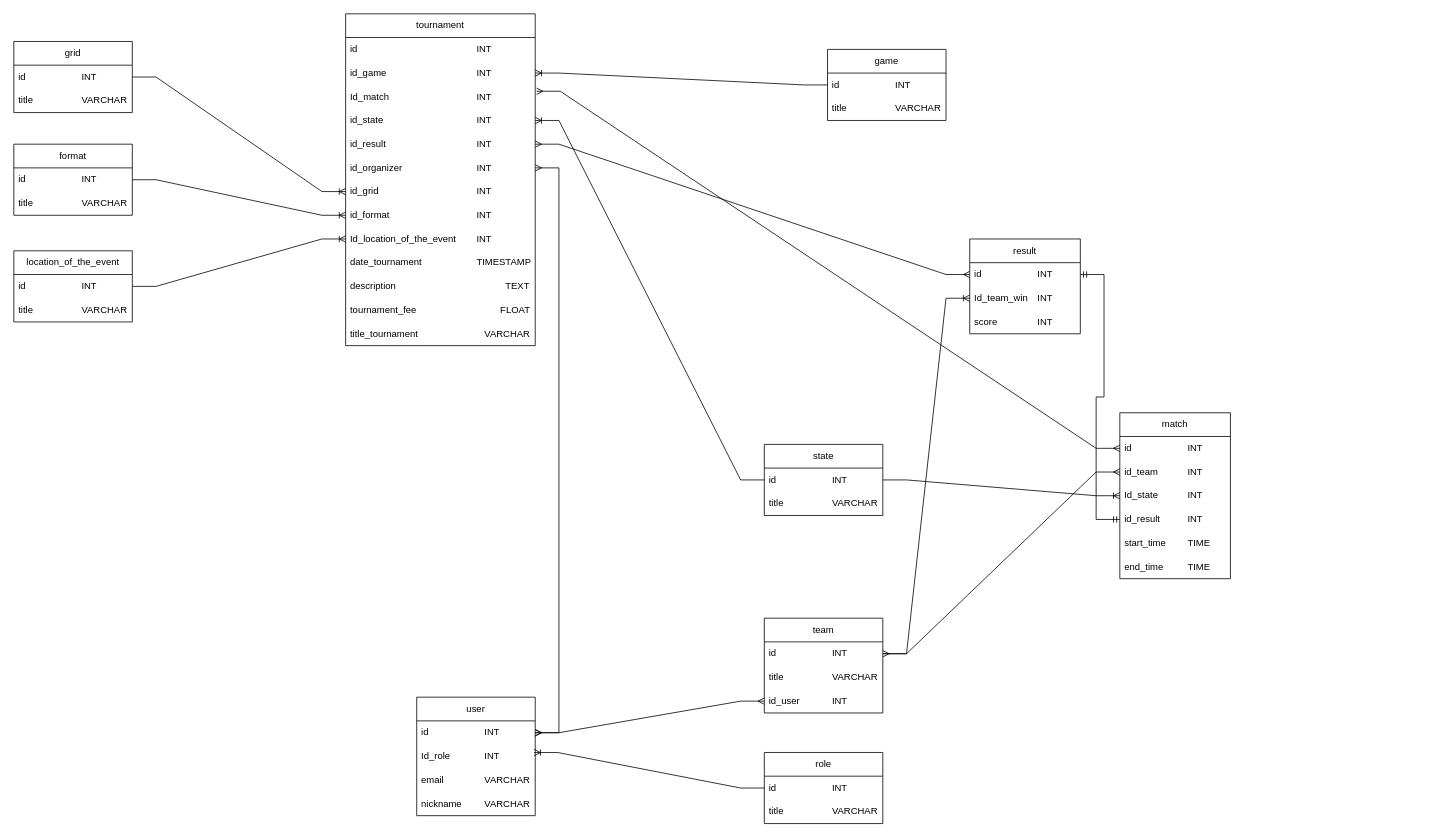
Earlier version of the draw.io diagram arhitectur_bd/architecture_db_egor.drawio (SackByGo12/tournamentDL). Source tidied: cells renumbered, new cells numbered last; positions are measured from the earlier drawing's top-left corner, leaving out a move shared by most shapes. Both pictures are drawn from the tidied source at 79%, with x=0, y=0 at pixel (13, 13).
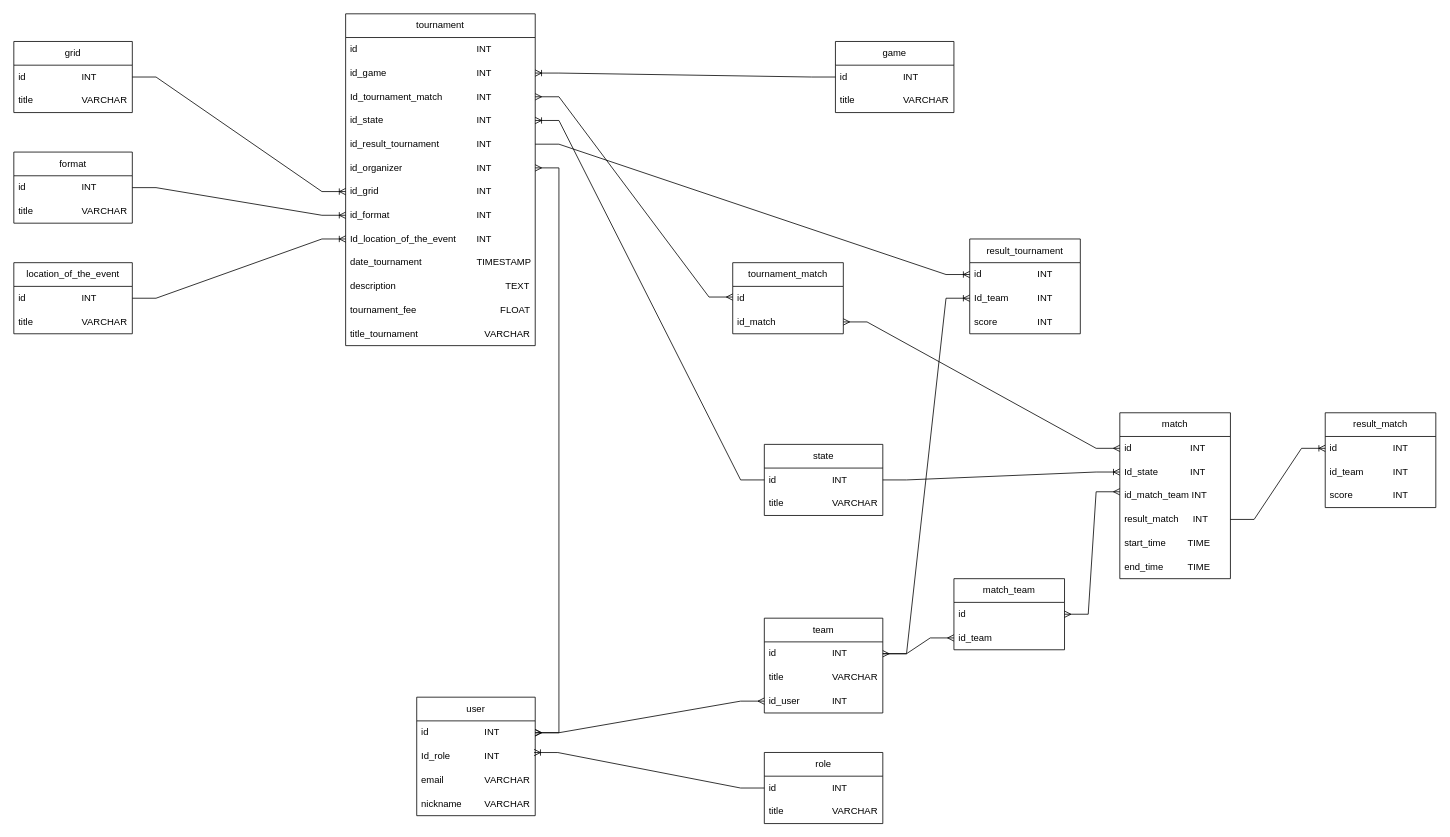
The same diagram, later.

Commit message:
кривой обновление architecture_db_tournament.drawio

The change refers to these unchanged cells:
```xml
<mxCell id="8" value="id&lt;span style=&quot;white-space: pre;&quot;&gt;&#9;&lt;/span&gt;&lt;span style=&quot;white-space: pre;&quot;&gt;&#9;&lt;/span&gt;&lt;span style=&quot;white-space: pre;&quot;&gt;&#9;&lt;/span&gt;INT" style="text;strokeColor=none;fillColor=none;align=left;verticalAlign=middle;spacingLeft=4;spacingRight=4;overflow=hidden;points=[[0,0.5],[1,0.5]];portConstraint=eastwest;whiteSpace=wrap;html=1;" parent="7" vertex="1">
  <mxGeometry y="30" width="150" height="30" as="geometry" />
</mxCell>
<mxCell id="15" value="match" style="swimlane;fontStyle=0;horizontal=1;startSize=30;whiteSpace=wrap;html=1;" parent="1" vertex="1">
  <mxGeometry x="1400" y="505" width="140" height="210" as="geometry" />
</mxCell>
<mxCell id="27" value="tournament" style="swimlane;fontStyle=0;horizontal=1;startSize=30;whiteSpace=wrap;html=1;" parent="1" vertex="1">
  <mxGeometry x="420" width="240" height="420" as="geometry" />
</mxCell>
<mxCell id="45" value="id&lt;span style=&quot;white-space: pre;&quot;&gt;&#9;&lt;/span&gt;&lt;span style=&quot;white-space: pre;&quot;&gt;&#9;&lt;/span&gt;&lt;span style=&quot;white-space: pre;&quot;&gt;&#9;&lt;/span&gt;INT" style="text;strokeColor=none;fillColor=none;align=left;verticalAlign=middle;spacingLeft=4;spacingRight=4;overflow=hidden;points=[[0,0.5],[1,0.5]];portConstraint=eastwest;whiteSpace=wrap;html=1;" parent="44" vertex="1">
  <mxGeometry y="30" width="140" height="30" as="geometry" />
</mxCell>
```

Change to the diagram source:
```diff
@@
-    <mxCell id="16" value="id&lt;span style=&quot;white-space: pre;&quot;&gt;&#9;&lt;/span&gt;&lt;span style=&quot;white-space: pre;&quot;&gt;&#9;&lt;/span&gt;&lt;span style=&quot;white-space: pre;&quot;&gt;&#9;&lt;/span&gt;INT" style="text;strokeColor=none;fillColor=none;align=left;verticalAlign=middle;spacingLeft=4;spacingRight=4;overflow=hidden;points=[[0,0.5],[1,0.5]];portConstraint=eastwest;whiteSpace=wrap;html=1;" parent="15" vertex="1">
+    <mxCell id="16" value="id&lt;span style=&quot;white-space: pre;&quot;&gt;&#9;&lt;/span&gt;&lt;span style=&quot;white-space: pre;&quot;&gt;&#9;&lt;/span&gt;&lt;span style=&quot;white-space: pre;&quot;&gt;&#9;&lt;/span&gt;&amp;nbsp;INT" style="text;strokeColor=none;fillColor=none;align=left;verticalAlign=middle;spacingLeft=4;spacingRight=4;overflow=hidden;points=[[0,0.5],[1,0.5]];portConstraint=eastwest;whiteSpace=wrap;html=1;" parent="15" vertex="1">
       <mxGeometry y="30" width="140" height="30" as="geometry" />
     </mxCell>
-    <mxCell id="17" value="id_team&lt;span style=&quot;white-space: pre;&quot;&gt;&#9;&lt;/span&gt;&lt;span style=&quot;white-space: pre;&quot;&gt;&#9;&lt;/span&gt;INT" style="text;strokeColor=none;fillColor=none;align=left;verticalAlign=middle;spacingLeft=4;spacingRight=4;overflow=hidden;points=[[0,0.5],[1,0.5]];portConstraint=eastwest;whiteSpace=wrap;html=1;" parent="15" vertex="1">
-      <mxGeometry y="60" width="140" height="30" as="geometry" />
-    </mxCell>
-    <mxCell id="18" value="Id_state&lt;span style=&quot;white-space: pre;&quot;&gt;&#9;&lt;/span&gt;&lt;span style=&quot;white-space: pre;&quot;&gt;&#9;&lt;/span&gt;INT" style="text;strokeColor=none;fillColor=none;align=left;verticalAlign=middle;spacingLeft=4;spacingRight=4;overflow=hidden;points=[[0,0.5],[1,0.5]];portConstraint=eastwest;whiteSpace=wrap;html=1;" parent="15" vertex="1">
-      <mxGeometry y="90" width="140" height="30" as="geometry" />
+    <mxCell id="18" value="Id_state&lt;span style=&quot;white-space: pre;&quot;&gt;&#9;&lt;/span&gt;&lt;span style=&quot;white-space: pre;&quot;&gt;&#9;&lt;/span&gt;&amp;nbsp;INT" style="text;strokeColor=none;fillColor=none;align=left;verticalAlign=middle;spacingLeft=4;spacingRight=4;overflow=hidden;points=[[0,0.5],[1,0.5]];portConstraint=eastwest;whiteSpace=wrap;html=1;" parent="15" vertex="1">
+      <mxGeometry y="60" width="140" height="30" as="geometry" />
     </mxCell>
+    <mxCell id="68" value="id_match_team INT" style="text;strokeColor=none;fillColor=none;align=left;verticalAlign=middle;spacingLeft=4;spacingRight=4;overflow=hidden;points=[[0,0.5],[1,0.5]];portConstraint=eastwest;whiteSpace=wrap;html=1;" parent="15" vertex="1">
+      <mxGeometry y="90" width="140" height="30" as="geometry" />
+    </mxCell>
-    <mxCell id="19" value="id_result&lt;span style=&quot;white-space: pre;&quot;&gt;&#9;&lt;/span&gt;&lt;span style=&quot;white-space: pre;&quot;&gt;&#9;&lt;/span&gt;INT" style="text;strokeColor=none;fillColor=none;align=left;verticalAlign=middle;spacingLeft=4;spacingRight=4;overflow=hidden;points=[[0,0.5],[1,0.5]];portConstraint=eastwest;whiteSpace=wrap;html=1;" parent="15" vertex="1">
+    <mxCell id="19" value="result_match&lt;span style=&quot;white-space: pre;&quot;&gt;&#9;&lt;/span&gt;&amp;nbsp; INT" style="text;strokeColor=none;fillColor=none;align=left;verticalAlign=middle;spacingLeft=4;spacingRight=4;overflow=hidden;points=[[0,0.5],[1,0.5]];portConstraint=eastwest;whiteSpace=wrap;html=1;" parent="15" vertex="1">
       <mxGeometry y="120" width="140" height="30" as="geometry" />
     </mxCell>
@@
-    <mxCell id="26" style="edgeStyle=entityRelationEdgeStyle;fontSize=12;html=1;endArrow=ERmany;startArrow=ERmany;rounded=0;exitX=0;exitY=0.5;exitDx=0;exitDy=0;entryX=1;entryY=0.5;entryDx=0;entryDy=0;" parent="1" edge="1" source="17" target="8">
+    <mxCell id="26" style="edgeStyle=entityRelationEdgeStyle;fontSize=12;html=1;endArrow=ERmany;startArrow=ERmany;rounded=0;entryX=1;entryY=0.5;entryDx=0;entryDy=0;" parent="1" edge="1" source="79" target="8">
       <mxGeometry relative="1" as="geometry" />
     </mxCell>
@@
-    <mxCell id="30" value="Id_match&lt;span style=&quot;white-space: pre;&quot;&gt;&#9;&lt;/span&gt;&lt;span style=&quot;white-space: pre;&quot;&gt;&#9;&lt;/span&gt;&lt;span style=&quot;white-space: pre;&quot;&gt;&#9;&lt;/span&gt;&lt;span style=&quot;white-space: pre;&quot;&gt;&#9;&lt;/span&gt;&amp;nbsp; &amp;nbsp;&lt;span style=&quot;white-space: pre;&quot;&gt;&#9;&lt;/span&gt;INT" style="text;strokeColor=none;fillColor=none;align=left;verticalAlign=middle;spacingLeft=4;spacingRight=4;overflow=hidden;points=[[0,0.5],[1,0.5]];portConstraint=eastwest;whiteSpace=wrap;html=1;" parent="27" vertex="1">
+    <mxCell id="30" value="Id_tournament_match&lt;span style=&quot;white-space: pre;&quot;&gt;&#9;&lt;/span&gt;&lt;span style=&quot;white-space: pre;&quot;&gt;&#9;&lt;/span&gt;INT" style="text;strokeColor=none;fillColor=none;align=left;verticalAlign=middle;spacingLeft=4;spacingRight=4;overflow=hidden;points=[[0,0.5],[1,0.5]];portConstraint=eastwest;whiteSpace=wrap;html=1;" parent="27" vertex="1">
       <mxGeometry y="90" width="240" height="30" as="geometry" />
     </mxCell>
@@
-    <mxCell id="32" value="id_result&lt;span style=&quot;white-space: pre;&quot;&gt;&#9;&lt;/span&gt;&lt;span style=&quot;white-space: pre;&quot;&gt;&#9;&lt;/span&gt;&lt;span style=&quot;white-space: pre;&quot;&gt;&#9;&lt;/span&gt;&lt;span style=&quot;white-space: pre;&quot;&gt;&#9;&lt;/span&gt;&amp;nbsp; &amp;nbsp;&lt;span style=&quot;white-space: pre;&quot;&gt;&#9;&lt;/span&gt;INT" style="text;strokeColor=none;fillColor=none;align=left;verticalAlign=middle;spacingLeft=4;spacingRight=4;overflow=hidden;points=[[0,0.5],[1,0.5]];portConstraint=eastwest;whiteSpace=wrap;html=1;" parent="27" vertex="1">
+    <mxCell id="32" value="id_result_tournament&lt;span style=&quot;white-space: pre;&quot;&gt;&#9;&lt;/span&gt;&lt;span style=&quot;white-space: pre;&quot;&gt;&#9;&lt;/span&gt;INT" style="text;strokeColor=none;fillColor=none;align=left;verticalAlign=middle;spacingLeft=4;spacingRight=4;overflow=hidden;points=[[0,0.5],[1,0.5]];portConstraint=eastwest;whiteSpace=wrap;html=1;" parent="27" vertex="1">
       <mxGeometry y="150" width="240" height="30" as="geometry" />
     </mxCell>
@@
-    <mxCell id="41" style="edgeStyle=entityRelationEdgeStyle;fontSize=12;html=1;endArrow=ERmany;startArrow=ERmany;rounded=0;exitX=1.007;exitY=0.267;exitDx=0;exitDy=0;exitPerimeter=0;entryX=0;entryY=0.5;entryDx=0;entryDy=0;" parent="1" edge="1" source="30" target="16">
-      <mxGeometry relative="1" as="geometry">
-        <Array as="points">
-          <mxPoint x="740" y="1065" />
-        </Array>
-      </mxGeometry>
+    <mxCell id="41" style="edgeStyle=entityRelationEdgeStyle;fontSize=12;html=1;endArrow=ERmany;startArrow=ERmany;rounded=0;entryX=0;entryY=0.5;entryDx=0;entryDy=0;exitX=1;exitY=0.5;exitDx=0;exitDy=0;" parent="1" edge="1" source="76" target="16">
+      <mxGeometry relative="1" as="geometry" />
     </mxCell>
@@
-    <mxCell id="44" value="result" style="swimlane;fontStyle=0;horizontal=1;startSize=30;whiteSpace=wrap;html=1;" parent="1" vertex="1">
+    <mxCell id="44" value="result_tournament" style="swimlane;fontStyle=0;horizontal=1;startSize=30;whiteSpace=wrap;html=1;" parent="1" vertex="1">
       <mxGeometry x="1210" y="285" width="140" height="120" as="geometry" />
     </mxCell>
@@
-    <mxCell id="46" value="Id_team_win&lt;span style=&quot;white-space: pre;&quot;&gt;&#9;&lt;/span&gt;INT" style="text;strokeColor=none;fillColor=none;align=left;verticalAlign=middle;spacingLeft=4;spacingRight=4;overflow=hidden;points=[[0,0.5],[1,0.5]];portConstraint=eastwest;whiteSpace=wrap;html=1;" parent="44" vertex="1">
+    <mxCell id="46" value="Id_team&lt;span style=&quot;white-space: pre;&quot;&gt;&#9;&lt;/span&gt;&lt;span style=&quot;white-space: pre;&quot;&gt;&#9;&lt;/span&gt;INT" style="text;strokeColor=none;fillColor=none;align=left;verticalAlign=middle;spacingLeft=4;spacingRight=4;overflow=hidden;points=[[0,0.5],[1,0.5]];portConstraint=eastwest;whiteSpace=wrap;html=1;" parent="44" vertex="1">
       <mxGeometry y="60" width="140" height="30" as="geometry" />
     </mxCell>
@@
     <mxCell id="49" value="game" style="swimlane;fontStyle=0;horizontal=1;startSize=30;whiteSpace=wrap;html=1;" parent="1" vertex="1">
-      <mxGeometry x="1030" y="45" width="150" height="90" as="geometry" />
+      <mxGeometry x="1040" y="35" width="150" height="90" as="geometry" />
     </mxCell>
@@
-    <mxCell id="53" style="edgeStyle=entityRelationEdgeStyle;fontSize=12;html=1;endArrow=ERmandOne;startArrow=ERmandOne;rounded=0;entryX=1;entryY=0.5;entryDx=0;entryDy=0;exitX=0;exitY=0.5;exitDx=0;exitDy=0;" parent="1" edge="1" source="19" target="45">
-      <mxGeometry relative="1" as="geometry">
-        <Array as="points">
-          <mxPoint x="1820" y="515" />
-          <mxPoint x="1800" y="525" />
-          <mxPoint x="1850" y="685" />
-          <mxPoint x="1840" y="655" />
-          <mxPoint x="1840" y="625" />
-          <mxPoint x="1840" y="445" />
-          <mxPoint x="1770" y="525" />
-          <mxPoint x="1860" y="515" />
-          <mxPoint x="1780" y="405" />
-        </Array>
-      </mxGeometry>
-    </mxCell>
@@
-    <mxCell id="55" style="edgeStyle=entityRelationEdgeStyle;fontSize=12;html=1;endArrow=ERmany;startArrow=ERmany;rounded=0;entryX=0;entryY=0.5;entryDx=0;entryDy=0;exitX=1;exitY=0.5;exitDx=0;exitDy=0;" parent="1" edge="1" source="32" target="45">
-      <mxGeometry relative="1" as="geometry">
-        <Array as="points">
-          <mxPoint x="952" y="520" />
-        </Array>
-      </mxGeometry>
-    </mxCell>
@@
     <mxCell id="60" value="format" style="swimlane;fontStyle=0;horizontal=1;startSize=30;whiteSpace=wrap;html=1;" parent="1" vertex="1">
-      <mxGeometry y="165" width="150" height="90" as="geometry" />
+      <mxGeometry y="175" width="150" height="90" as="geometry" />
     </mxCell>
@@
     <mxCell id="64" value="location_of_the_event" style="swimlane;fontStyle=0;horizontal=1;startSize=30;whiteSpace=wrap;html=1;" parent="1" vertex="1">
-      <mxGeometry y="300" width="150" height="90" as="geometry" />
+      <mxGeometry y="315" width="150" height="90" as="geometry" />
     </mxCell>
@@
+    <mxCell id="69" value="result_match" style="swimlane;fontStyle=0;horizontal=1;startSize=30;whiteSpace=wrap;html=1;" parent="1" vertex="1">
+      <mxGeometry x="1660" y="505" width="140" height="120" as="geometry" />
+    </mxCell>
+    <mxCell id="70" value="id&lt;span style=&quot;white-space: pre;&quot;&gt;&#9;&lt;/span&gt;&lt;span style=&quot;white-space: pre;&quot;&gt;&#9;&lt;/span&gt;&lt;span style=&quot;white-space: pre;&quot;&gt;&#9;&lt;/span&gt;INT" style="text;strokeColor=none;fillColor=none;align=left;verticalAlign=middle;spacingLeft=4;spacingRight=4;overflow=hidden;points=[[0,0.5],[1,0.5]];portConstraint=eastwest;whiteSpace=wrap;html=1;" parent="69" vertex="1">
+      <mxGeometry y="30" width="140" height="30" as="geometry" />
+    </mxCell>
+    <mxCell id="17" value="id_team&lt;span style=&quot;white-space: pre;&quot;&gt;&#9;&lt;/span&gt;&lt;span style=&quot;white-space: pre;&quot;&gt;&#9;&lt;/span&gt;INT" style="text;strokeColor=none;fillColor=none;align=left;verticalAlign=middle;spacingLeft=4;spacingRight=4;overflow=hidden;points=[[0,0.5],[1,0.5]];portConstraint=eastwest;whiteSpace=wrap;html=1;" parent="69" vertex="1">
+      <mxGeometry y="60" width="140" height="30" as="geometry" />
+    </mxCell>
+    <mxCell id="71" value="score&lt;span style=&quot;white-space: pre;&quot;&gt;&#9;&lt;/span&gt;&lt;span style=&quot;white-space: pre;&quot;&gt;&#9;&lt;/span&gt;INT" style="text;strokeColor=none;fillColor=none;align=left;verticalAlign=middle;spacingLeft=4;spacingRight=4;overflow=hidden;whiteSpace=wrap;html=1;" parent="69" vertex="1">
+      <mxGeometry y="90" width="140" height="30" as="geometry" />
+    </mxCell>
+    <mxCell id="72" style="edgeStyle=entityRelationEdgeStyle;fontSize=12;html=1;endArrow=ERoneToMany;rounded=0;exitX=1;exitY=0.5;exitDx=0;exitDy=0;entryX=0;entryY=0.5;entryDx=0;entryDy=0;" parent="1" edge="1" source="19" target="70">
+      <mxGeometry relative="1" as="geometry" />
+    </mxCell>
+    <mxCell id="55" style="edgeStyle=entityRelationEdgeStyle;fontSize=12;html=1;endArrow=ERoneToMany;rounded=0;exitX=1;exitY=0.5;exitDx=0;exitDy=0;entryX=0;entryY=0.5;entryDx=0;entryDy=0;" parent="1" edge="1" source="32" target="45">
+      <mxGeometry relative="1" as="geometry" />
+    </mxCell>
+    <mxCell id="73" style="edgeStyle=entityRelationEdgeStyle;fontSize=12;html=1;endArrow=ERmany;startArrow=ERmany;rounded=0;entryX=0;entryY=0.5;entryDx=0;entryDy=0;exitX=1;exitY=0.5;exitDx=0;exitDy=0;" parent="1" edge="1" source="30">
+      <mxGeometry relative="1" as="geometry">
+        <mxPoint x="910" y="358.5" as="targetPoint" />
+        <Array as="points">
+          <mxPoint x="740" y="1048.5" />
+          <mxPoint x="890" y="378.5" />
+        </Array>
+      </mxGeometry>
+    </mxCell>
+    <mxCell id="74" value="tournament_match" style="swimlane;fontStyle=0;horizontal=1;startSize=30;whiteSpace=wrap;html=1;" parent="1" vertex="1">
+      <mxGeometry x="910" y="315" width="140" height="90" as="geometry" />
+    </mxCell>
+    <mxCell id="75" value="id" style="text;strokeColor=none;fillColor=none;align=left;verticalAlign=middle;spacingLeft=4;spacingRight=4;overflow=hidden;whiteSpace=wrap;html=1;" parent="74" vertex="1">
+      <mxGeometry y="30" width="140" height="30" as="geometry" />
+    </mxCell>
+    <mxCell id="76" value="id_match" style="text;strokeColor=none;fillColor=none;align=left;verticalAlign=middle;spacingLeft=4;spacingRight=4;overflow=hidden;points=[[0,0.5],[1,0.5]];portConstraint=eastwest;whiteSpace=wrap;html=1;" parent="74" vertex="1">
+      <mxGeometry y="60" width="140" height="30" as="geometry" />
+    </mxCell>
+    <mxCell id="77" value="match_team" style="swimlane;fontStyle=0;horizontal=1;startSize=30;whiteSpace=wrap;html=1;" parent="1" vertex="1">
+      <mxGeometry x="1190" y="715" width="140" height="90" as="geometry" />
+    </mxCell>
+    <mxCell id="78" value="id" style="text;strokeColor=none;fillColor=none;align=left;verticalAlign=middle;spacingLeft=4;spacingRight=4;overflow=hidden;points=[[0,0.5],[1,0.5]];portConstraint=eastwest;whiteSpace=wrap;html=1;" parent="77" vertex="1">
+      <mxGeometry y="30" width="140" height="30" as="geometry" />
+    </mxCell>
+    <mxCell id="79" value="id_team" style="text;strokeColor=none;fillColor=none;align=left;verticalAlign=middle;spacingLeft=4;spacingRight=4;overflow=hidden;points=[[0,0.5],[1,0.5]];portConstraint=eastwest;whiteSpace=wrap;html=1;" parent="77" vertex="1">
+      <mxGeometry y="60" width="140" height="30" as="geometry" />
+    </mxCell>
+    <mxCell id="80" style="edgeStyle=entityRelationEdgeStyle;fontSize=12;html=1;endArrow=ERmany;startArrow=ERmany;rounded=0;exitX=1;exitY=0.5;exitDx=0;exitDy=0;entryX=0;entryY=0.333;entryDx=0;entryDy=0;entryPerimeter=0;" parent="1" edge="1" source="78" target="68">
+      <mxGeometry relative="1" as="geometry" />
+    </mxCell>
```
